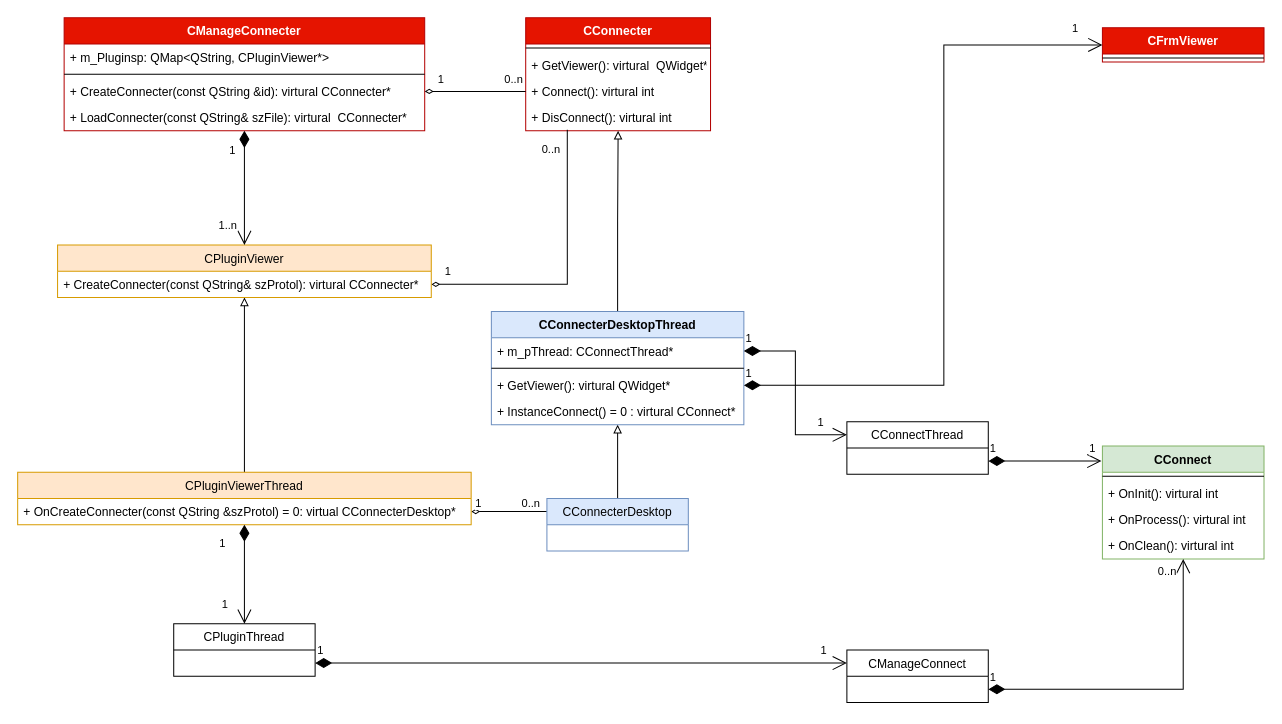
This is docs/app.diagrams.net/PluginViewerAPI.drawio from KangLin/RabbitRemoteControl, a draw.io file, before an edit. Source tidied: cells renumbered, new cells numbered last; positions are measured from the earlier drawing's top-left corner, leaving out a move shared by most shapes. Both pictures are drawn from the tidied source at 101%, with x=0, y=0 at pixel (17, 17).
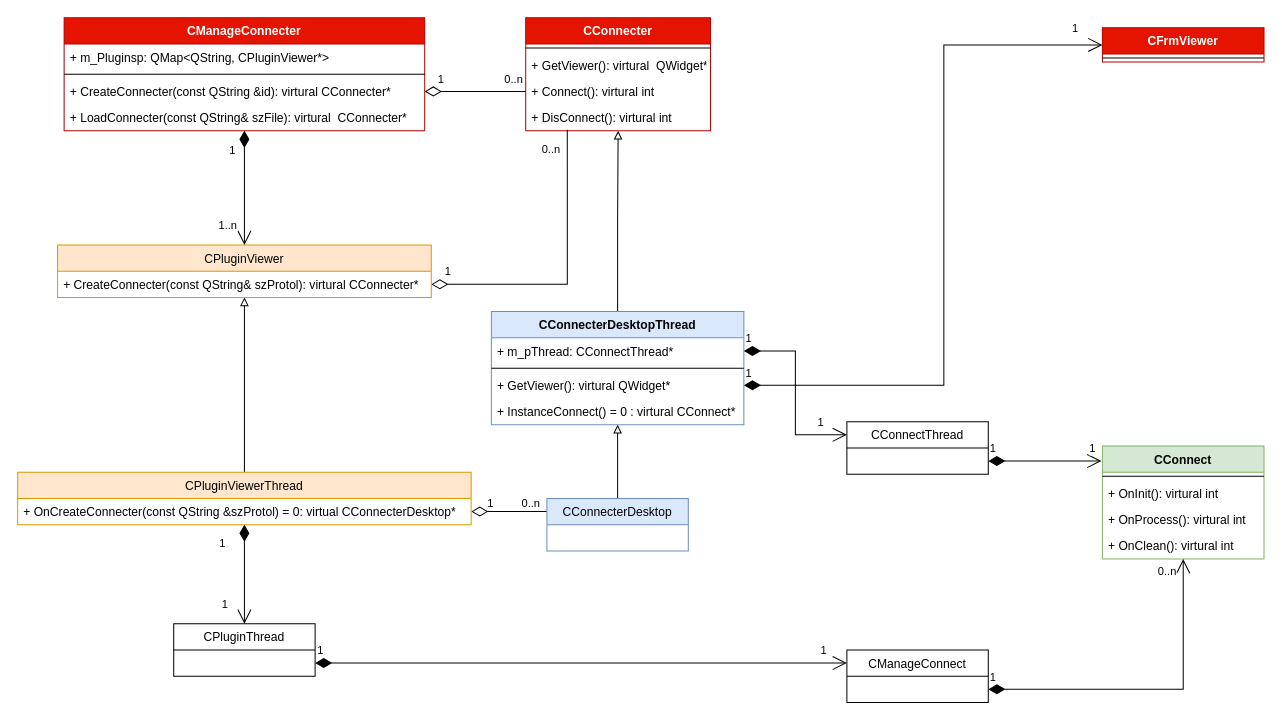
The same page after the edit.

Unchanged cells that the change refers to:
```xml
<mxCell id="5" value="+ CreateConnecter(const QString &amp;id): virtural  CConnecter*" style="text;strokeColor=none;fillColor=none;align=left;verticalAlign=top;spacingLeft=4;spacingRight=4;overflow=hidden;points=[[0,0.5],[1,0.5]];portConstraint=eastwest;" parent="2" vertex="1">
  <mxGeometry y="60" width="357" height="26" as="geometry" />
</mxCell>
<mxCell id="10" value="+ Connect(): virtural int" style="text;strokeColor=none;fillColor=none;align=left;verticalAlign=top;spacingLeft=4;spacingRight=4;overflow=hidden;points=[[0,0.5],[1,0.5]];portConstraint=eastwest;" parent="7" vertex="1">
  <mxGeometry y="60" width="183" height="26" as="geometry" />
</mxCell>
<mxCell id="11" value="+ DisConnect(): virtural  int" style="text;strokeColor=none;fillColor=none;align=left;verticalAlign=top;spacingLeft=4;spacingRight=4;overflow=hidden;points=[[0,0.5],[1,0.5]];portConstraint=eastwest;" parent="7" vertex="1">
  <mxGeometry y="86" width="183" height="26" as="geometry" />
</mxCell>
<mxCell id="31" value="+ CreateConnecter(const QString&amp; szProtol): virtural CConnecter*&#10;" style="text;strokeColor=none;fillColor=none;align=left;verticalAlign=top;spacingLeft=4;spacingRight=4;overflow=hidden;points=[[0,0.5],[1,0.5]];portConstraint=eastwest;" parent="30" vertex="1">
  <mxGeometry y="26" width="370" height="26" as="geometry" />
</mxCell>
<mxCell id="37" value="+ OnCreateConnecter(const QString &amp;szProtol) = 0: virtual CConnecterDesktop* " style="text;strokeColor=none;fillColor=none;align=left;verticalAlign=top;spacingLeft=4;spacingRight=4;overflow=hidden;points=[[0,0.5],[1,0.5]];portConstraint=eastwest;" parent="36" vertex="1">
  <mxGeometry y="26" width="449" height="26" as="geometry" />
</mxCell>
<mxCell id="38" value="CConnecterDesktop" style="swimlane;fontStyle=0;horizontal=1;startSize=26;fillColor=#dae8fc;strokeColor=#6c8ebf;" parent="1" vertex="1">
  <mxGeometry x="524" y="476" width="140" height="52" as="geometry" />
</mxCell>
```

Diff of the diagram source:
```diff
@@
-    <mxCell id="26" style="edgeStyle=orthogonalEdgeStyle;rounded=0;jettySize=auto;html=1;startArrow=diamondThin;startFill=0;endArrow=none;endFill=0;entryX=0.225;entryY=0.962;entryDx=0;entryDy=0;entryPerimeter=0;exitX=1;exitY=0.5;exitDx=0;exitDy=0;" parent="1" edge="1" source="31" target="11">
+    <mxCell id="26" style="edgeStyle=orthogonalEdgeStyle;rounded=0;jettySize=auto;html=1;startArrow=diamondThin;startFill=0;endArrow=none;endFill=0;entryX=0.225;entryY=0.962;entryDx=0;entryDy=0;entryPerimeter=0;exitX=1;exitY=0.5;exitDx=0;exitDy=0;startSize=14;" parent="1" edge="1" source="31" target="11">
       <mxGeometry relative="1" as="geometry" />
     </mxCell>
@@
-    <mxCell id="33" style="edgeStyle=orthogonalEdgeStyle;rounded=0;jettySize=auto;html=1;entryX=0;entryY=0.25;entryDx=0;entryDy=0;startArrow=diamondThin;startFill=0;endArrow=none;endFill=0;exitX=1;exitY=0.5;exitDx=0;exitDy=0;" parent="1" edge="1" source="37" target="38">
+    <mxCell id="33" style="edgeStyle=orthogonalEdgeStyle;rounded=0;jettySize=auto;html=1;entryX=0;entryY=0.25;entryDx=0;entryDy=0;startArrow=diamondThin;startFill=0;endArrow=none;endFill=0;exitX=1;exitY=0.5;exitDx=0;exitDy=0;startSize=14;endSize=12;" parent="1" edge="1" source="37" target="38">
       <mxGeometry relative="1" as="geometry" />
     </mxCell>
     <mxCell id="34" value="1" style="edgeLabel;html=1;align=center;verticalAlign=middle;" parent="33" vertex="1">
       <mxGeometry x="-0.68" y="1" relative="1" as="geometry">
-        <mxPoint x="-6" y="-8" as="offset" />
+        <mxPoint x="6" y="-8" as="offset" />
       </mxGeometry>
     </mxCell>
@@
-    <mxCell id="41" style="edgeStyle=orthogonalEdgeStyle;rounded=0;jettySize=auto;html=1;entryX=0;entryY=0.5;entryDx=0;entryDy=0;endArrow=none;endFill=0;startArrow=diamondThin;startFill=0;" parent="1" edge="1" source="5" target="10">
+    <mxCell id="41" style="edgeStyle=orthogonalEdgeStyle;rounded=0;jettySize=auto;html=1;entryX=0;entryY=0.5;entryDx=0;entryDy=0;endArrow=none;endFill=0;startArrow=diamondThin;startFill=0;startSize=14;endSize=12;" parent="1" edge="1" source="5" target="10">
       <mxGeometry relative="1" as="geometry" />
     </mxCell>
```
